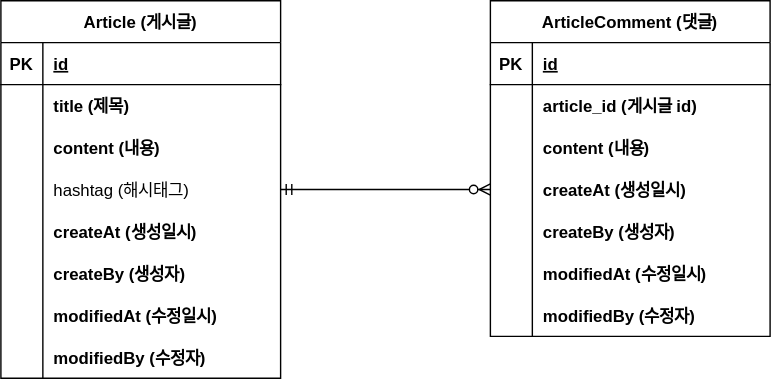
Earlier version of the draw.io export document/project-board-erd.svg (min-zi/project-board). Source tidied: cells renumbered, new cells last; positions are measured from the earlier drawing's top-left corner, leaving out a move shared by most shapes.
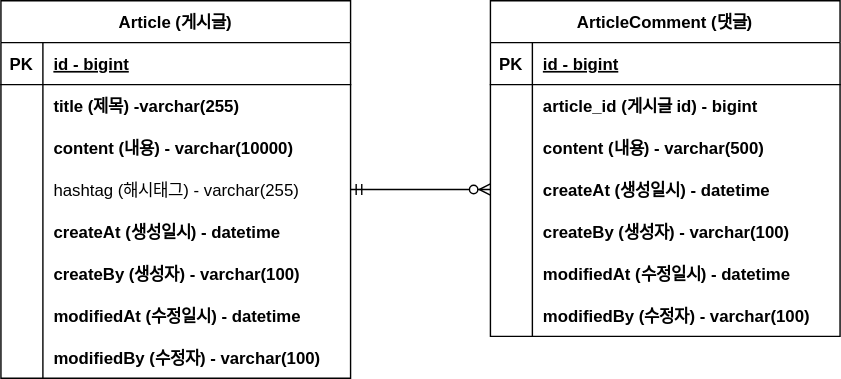
Later version of the same file.

Commit message:
#10 - project-board-erd.svg 사이즈 업데이트

Change to the diagram source:
```diff
@@ -3,145 +3,145 @@
     <mxCell id="0" />
     <mxCell id="1" parent="0" />
     <mxCell id="2" value="Article (게시글)" style="shape=table;startSize=30;rowLines=0;fontStyle=1;align=center;" parent="1" vertex="1">
-      <mxGeometry width="200" height="270" as="geometry" />
+      <mxGeometry width="250" height="270" as="geometry" />
     </mxCell>
     <mxCell id="3" style="shape=partialRectangle;fillColor=none;top=0;left=0;right=0;bottom=1;" parent="2" vertex="1">
-      <mxGeometry y="30" width="200" height="30" as="geometry" />
+      <mxGeometry y="30" width="250" height="30" as="geometry" />
     </mxCell>
     <mxCell id="4" value="PK" style="shape=partialRectangle;overflow=hidden;fillColor=none;top=0;left=0;bottom=0;right=0;fontStyle=1;" parent="3" vertex="1">
       <mxGeometry width="30" height="30" as="geometry" />
     </mxCell>
-    <mxCell id="5" value="id" style="shape=partialRectangle;overflow=hidden;fillColor=none;top=0;left=0;bottom=0;right=0;align=left;spacingLeft=6;fontStyle=5;" parent="3" vertex="1">
-      <mxGeometry x="30" width="170" height="30" as="geometry" />
+    <mxCell id="5" value="id - bigint" style="shape=partialRectangle;overflow=hidden;fillColor=none;top=0;left=0;bottom=0;right=0;align=left;spacingLeft=6;fontStyle=5;" parent="3" vertex="1">
+      <mxGeometry x="30" width="220" height="30" as="geometry" />
     </mxCell>
     <mxCell id="6" style="shape=partialRectangle;fillColor=none;top=0;left=0;right=0;bottom=0;" parent="2" vertex="1">
-      <mxGeometry y="60" width="200" height="30" as="geometry" />
+      <mxGeometry y="60" width="250" height="30" as="geometry" />
     </mxCell>
     <mxCell id="7" style="shape=partialRectangle;overflow=hidden;fillColor=none;top=0;left=0;bottom=0;right=0;" parent="6" vertex="1">
       <mxGeometry width="30" height="30" as="geometry" />
     </mxCell>
-    <mxCell id="8" value="title (제목)" style="shape=partialRectangle;overflow=hidden;fillColor=none;top=0;left=0;bottom=0;right=0;align=left;spacingLeft=6;fontStyle=1;" parent="6" vertex="1">
-      <mxGeometry x="30" width="170" height="30" as="geometry" />
+    <mxCell id="8" value="title (제목) -varchar(255)" style="shape=partialRectangle;overflow=hidden;fillColor=none;top=0;left=0;bottom=0;right=0;align=left;spacingLeft=6;fontStyle=1;" parent="6" vertex="1">
+      <mxGeometry x="30" width="220" height="30" as="geometry" />
     </mxCell>
     <mxCell id="9" style="shape=partialRectangle;fillColor=none;top=0;left=0;right=0;bottom=0;" parent="2" vertex="1">
-      <mxGeometry y="90" width="200" height="30" as="geometry" />
+      <mxGeometry y="90" width="250" height="30" as="geometry" />
     </mxCell>
     <mxCell id="10" style="shape=partialRectangle;overflow=hidden;fillColor=none;top=0;left=0;bottom=0;right=0;" parent="9" vertex="1">
       <mxGeometry width="30" height="30" as="geometry" />
     </mxCell>
-    <mxCell id="11" value="content (내용)" style="shape=partialRectangle;overflow=hidden;fillColor=none;top=0;left=0;bottom=0;right=0;align=left;spacingLeft=6;fontStyle=1;" parent="9" vertex="1">
-      <mxGeometry x="30" width="170" height="30" as="geometry" />
+    <mxCell id="11" value="content (내용) - varchar(10000)" style="shape=partialRectangle;overflow=hidden;fillColor=none;top=0;left=0;bottom=0;right=0;align=left;spacingLeft=6;fontStyle=1;" parent="9" vertex="1">
+      <mxGeometry x="30" width="220" height="30" as="geometry" />
     </mxCell>
     <mxCell id="12" style="shape=partialRectangle;fillColor=none;points=[[0,0.5],[1,0.5]];portConstraint=eastwest;top=0;left=0;right=0;bottom=0;" parent="2" vertex="1">
-      <mxGeometry y="120" width="200" height="30" as="geometry" />
+      <mxGeometry y="120" width="250" height="30" as="geometry" />
     </mxCell>
     <mxCell id="13" style="shape=partialRectangle;overflow=hidden;fillColor=none;top=0;left=0;bottom=0;right=0;" parent="12" vertex="1">
       <mxGeometry width="30" height="30" as="geometry" />
     </mxCell>
-    <mxCell id="14" value="hashtag (해시태그)" style="shape=partialRectangle;overflow=hidden;fillColor=none;top=0;left=0;bottom=0;right=0;align=left;spacingLeft=6;" parent="12" vertex="1">
-      <mxGeometry x="30" width="170" height="30" as="geometry" />
+    <mxCell id="14" value="hashtag (해시태그) - varchar(255)" style="shape=partialRectangle;overflow=hidden;fillColor=none;top=0;left=0;bottom=0;right=0;align=left;spacingLeft=6;" parent="12" vertex="1">
+      <mxGeometry x="30" width="220" height="30" as="geometry" />
     </mxCell>
     <mxCell id="15" style="shape=partialRectangle;fillColor=none;top=0;left=0;right=0;bottom=0;" parent="2" vertex="1">
-      <mxGeometry y="150" width="200" height="30" as="geometry" />
+      <mxGeometry y="150" width="250" height="30" as="geometry" />
     </mxCell>
     <mxCell id="16" style="shape=partialRectangle;overflow=hidden;fillColor=none;top=0;left=0;bottom=0;right=0;" parent="15" vertex="1">
       <mxGeometry width="30" height="30" as="geometry" />
     </mxCell>
-    <mxCell id="17" value="createAt (생성일시)" style="shape=partialRectangle;overflow=hidden;fillColor=none;top=0;left=0;bottom=0;right=0;align=left;spacingLeft=6;fontStyle=1;" parent="15" vertex="1">
-      <mxGeometry x="30" width="170" height="30" as="geometry" />
+    <mxCell id="17" value="createAt (생성일시) - datetime" style="shape=partialRectangle;overflow=hidden;fillColor=none;top=0;left=0;bottom=0;right=0;align=left;spacingLeft=6;fontStyle=1;" parent="15" vertex="1">
+      <mxGeometry x="30" width="220" height="30" as="geometry" />
     </mxCell>
     <mxCell id="18" style="shape=partialRectangle;fillColor=none;top=0;left=0;right=0;bottom=0;" parent="2" vertex="1">
-      <mxGeometry y="180" width="200" height="30" as="geometry" />
+      <mxGeometry y="180" width="250" height="30" as="geometry" />
     </mxCell>
     <mxCell id="19" style="shape=partialRectangle;overflow=hidden;fillColor=none;top=0;left=0;bottom=0;right=0;" parent="18" vertex="1">
       <mxGeometry width="30" height="30" as="geometry" />
     </mxCell>
-    <mxCell id="20" value="createBy (생성자)" style="shape=partialRectangle;overflow=hidden;fillColor=none;top=0;left=0;bottom=0;right=0;align=left;spacingLeft=6;fontStyle=1;" parent="18" vertex="1">
-      <mxGeometry x="30" width="170" height="30" as="geometry" />
+    <mxCell id="20" value="createBy (생성자) - varchar(100)" style="shape=partialRectangle;overflow=hidden;fillColor=none;top=0;left=0;bottom=0;right=0;align=left;spacingLeft=6;fontStyle=1;" parent="18" vertex="1">
+      <mxGeometry x="30" width="220" height="30" as="geometry" />
     </mxCell>
     <mxCell id="21" style="shape=partialRectangle;fillColor=none;top=0;left=0;right=0;bottom=0;" parent="2" vertex="1">
-      <mxGeometry y="210" width="200" height="30" as="geometry" />
+      <mxGeometry y="210" width="250" height="30" as="geometry" />
     </mxCell>
     <mxCell id="22" style="shape=partialRectangle;overflow=hidden;fillColor=none;top=0;left=0;bottom=0;right=0;" parent="21" vertex="1">
       <mxGeometry width="30" height="30" as="geometry" />
     </mxCell>
-    <mxCell id="23" value="modifiedAt (수정일시)" style="shape=partialRectangle;overflow=hidden;fillColor=none;top=0;left=0;bottom=0;right=0;align=left;spacingLeft=6;fontStyle=1;" parent="21" vertex="1">
-      <mxGeometry x="30" width="170" height="30" as="geometry" />
+    <mxCell id="23" value="modifiedAt (수정일시) - datetime" style="shape=partialRectangle;overflow=hidden;fillColor=none;top=0;left=0;bottom=0;right=0;align=left;spacingLeft=6;fontStyle=1;" parent="21" vertex="1">
+      <mxGeometry x="30" width="220" height="30" as="geometry" />
     </mxCell>
     <mxCell id="24" style="shape=partialRectangle;fillColor=none;top=0;left=0;right=0;bottom=0;" parent="2" vertex="1">
-      <mxGeometry y="240" width="200" height="30" as="geometry" />
+      <mxGeometry y="240" width="250" height="30" as="geometry" />
     </mxCell>
     <mxCell id="25" style="shape=partialRectangle;overflow=hidden;fillColor=none;top=0;left=0;bottom=0;right=0;" parent="24" vertex="1">
       <mxGeometry width="30" height="30" as="geometry" />
     </mxCell>
-    <mxCell id="26" value="modifiedBy (수정자)" style="shape=partialRectangle;overflow=hidden;fillColor=none;top=0;left=0;bottom=0;right=0;align=left;spacingLeft=6;fontStyle=1;" parent="24" vertex="1">
-      <mxGeometry x="30" width="170" height="30" as="geometry" />
+    <mxCell id="26" value="modifiedBy (수정자) - varchar(100)" style="shape=partialRectangle;overflow=hidden;fillColor=none;top=0;left=0;bottom=0;right=0;align=left;spacingLeft=6;fontStyle=1;" parent="24" vertex="1">
+      <mxGeometry x="30" width="220" height="30" as="geometry" />
     </mxCell>
     <mxCell id="27" value="ArticleComment (댓글)" style="shape=table;startSize=30;rowLines=0;fontStyle=1;align=center;" parent="1" vertex="1">
-      <mxGeometry x="350" width="200" height="240" as="geometry" />
+      <mxGeometry x="350" width="250" height="240" as="geometry" />
     </mxCell>
     <mxCell id="28" style="shape=partialRectangle;fillColor=none;top=0;left=0;right=0;bottom=1;" parent="27" vertex="1">
-      <mxGeometry y="30" width="200" height="30" as="geometry" />
+      <mxGeometry y="30" width="250" height="30" as="geometry" />
     </mxCell>
     <mxCell id="29" value="PK" style="shape=partialRectangle;overflow=hidden;fillColor=none;top=0;left=0;bottom=0;right=0;fontStyle=1;" parent="28" vertex="1">
       <mxGeometry width="30" height="30" as="geometry" />
     </mxCell>
-    <mxCell id="30" value="id" style="shape=partialRectangle;overflow=hidden;fillColor=none;top=0;left=0;bottom=0;right=0;align=left;spacingLeft=6;fontStyle=5;" parent="28" vertex="1">
-      <mxGeometry x="30" width="170" height="30" as="geometry" />
+    <mxCell id="30" value="id - bigint" style="shape=partialRectangle;overflow=hidden;fillColor=none;top=0;left=0;bottom=0;right=0;align=left;spacingLeft=6;fontStyle=5;" parent="28" vertex="1">
+      <mxGeometry x="30" width="220" height="30" as="geometry" />
     </mxCell>
     <mxCell id="31" style="shape=partialRectangle;fillColor=none;top=0;left=0;right=0;bottom=0;" parent="27" vertex="1">
-      <mxGeometry y="60" width="200" height="30" as="geometry" />
+      <mxGeometry y="60" width="250" height="30" as="geometry" />
     </mxCell>
     <mxCell id="32" style="shape=partialRectangle;overflow=hidden;fillColor=none;top=0;left=0;bottom=0;right=0;" parent="31" vertex="1">
       <mxGeometry width="30" height="30" as="geometry" />
     </mxCell>
-    <mxCell id="33" value="article_id (게시글 id)" style="shape=partialRectangle;overflow=hidden;fillColor=none;top=0;left=0;bottom=0;right=0;align=left;spacingLeft=6;fontStyle=1;" parent="31" vertex="1">
-      <mxGeometry x="30" width="170" height="30" as="geometry" />
+    <mxCell id="33" value="article_id (게시글 id) - bigint" style="shape=partialRectangle;overflow=hidden;fillColor=none;top=0;left=0;bottom=0;right=0;align=left;spacingLeft=6;fontStyle=1;" parent="31" vertex="1">
+      <mxGeometry x="30" width="220" height="30" as="geometry" />
     </mxCell>
     <mxCell id="34" style="shape=partialRectangle;fillColor=none;top=0;left=0;right=0;bottom=0;" parent="27" vertex="1">
-      <mxGeometry y="90" width="200" height="30" as="geometry" />
+      <mxGeometry y="90" width="250" height="30" as="geometry" />
     </mxCell>
     <mxCell id="35" style="shape=partialRectangle;overflow=hidden;fillColor=none;top=0;left=0;bottom=0;right=0;" parent="34" vertex="1">
       <mxGeometry width="30" height="30" as="geometry" />
     </mxCell>
-    <mxCell id="36" value="content (내용)" style="shape=partialRectangle;overflow=hidden;fillColor=none;top=0;left=0;bottom=0;right=0;align=left;spacingLeft=6;fontStyle=1;" parent="34" vertex="1">
-      <mxGeometry x="30" width="170" height="30" as="geometry" />
+    <mxCell id="36" value="content (내용) - varchar(500)" style="shape=partialRectangle;overflow=hidden;fillColor=none;top=0;left=0;bottom=0;right=0;align=left;spacingLeft=6;fontStyle=1;" parent="34" vertex="1">
+      <mxGeometry x="30" width="220" height="30" as="geometry" />
     </mxCell>
     <mxCell id="37" style="shape=partialRectangle;fillColor=none;points=[[0,0.5],[1,0.5]];portConstraint=eastwest;top=0;left=0;right=0;bottom=0;" parent="27" vertex="1">
-      <mxGeometry y="120" width="200" height="30" as="geometry" />
+      <mxGeometry y="120" width="250" height="30" as="geometry" />
     </mxCell>
     <mxCell id="38" style="shape=partialRectangle;overflow=hidden;fillColor=none;top=0;left=0;bottom=0;right=0;" parent="37" vertex="1">
       <mxGeometry width="30" height="30" as="geometry" />
     </mxCell>
-    <mxCell id="39" value="createAt (생성일시)" style="shape=partialRectangle;overflow=hidden;fillColor=none;top=0;left=0;bottom=0;right=0;align=left;spacingLeft=6;fontStyle=1;" parent="37" vertex="1">
-      <mxGeometry x="30" width="170" height="30" as="geometry" />
+    <mxCell id="39" value="createAt (생성일시) - datetime" style="shape=partialRectangle;overflow=hidden;fillColor=none;top=0;left=0;bottom=0;right=0;align=left;spacingLeft=6;fontStyle=1;" parent="37" vertex="1">
+      <mxGeometry x="30" width="220" height="30" as="geometry" />
     </mxCell>
     <mxCell id="40" style="shape=partialRectangle;fillColor=none;top=0;left=0;right=0;bottom=0;" parent="27" vertex="1">
-      <mxGeometry y="150" width="200" height="30" as="geometry" />
+      <mxGeometry y="150" width="250" height="30" as="geometry" />
     </mxCell>
     <mxCell id="41" style="shape=partialRectangle;overflow=hidden;fillColor=none;top=0;left=0;bottom=0;right=0;" parent="40" vertex="1">
       <mxGeometry width="30" height="30" as="geometry" />
     </mxCell>
-    <mxCell id="42" value="createBy (생성자)" style="shape=partialRectangle;overflow=hidden;fillColor=none;top=0;left=0;bottom=0;right=0;align=left;spacingLeft=6;fontStyle=1;" parent="40" vertex="1">
-      <mxGeometry x="30" width="170" height="30" as="geometry" />
+    <mxCell id="42" value="createBy (생성자) - varchar(100)" style="shape=partialRectangle;overflow=hidden;fillColor=none;top=0;left=0;bottom=0;right=0;align=left;spacingLeft=6;fontStyle=1;" parent="40" vertex="1">
+      <mxGeometry x="30" width="220" height="30" as="geometry" />
     </mxCell>
     <mxCell id="43" style="shape=partialRectangle;fillColor=none;top=0;left=0;right=0;bottom=0;" parent="27" vertex="1">
-      <mxGeometry y="180" width="200" height="30" as="geometry" />
+      <mxGeometry y="180" width="250" height="30" as="geometry" />
     </mxCell>
     <mxCell id="44" style="shape=partialRectangle;overflow=hidden;fillColor=none;top=0;left=0;bottom=0;right=0;" parent="43" vertex="1">
       <mxGeometry width="30" height="30" as="geometry" />
     </mxCell>
-    <mxCell id="45" value="modifiedAt (수정일시)" style="shape=partialRectangle;overflow=hidden;fillColor=none;top=0;left=0;bottom=0;right=0;align=left;spacingLeft=6;fontStyle=1;" parent="43" vertex="1">
-      <mxGeometry x="30" width="170" height="30" as="geometry" />
+    <mxCell id="45" value="modifiedAt (수정일시) - datetime" style="shape=partialRectangle;overflow=hidden;fillColor=none;top=0;left=0;bottom=0;right=0;align=left;spacingLeft=6;fontStyle=1;" parent="43" vertex="1">
+      <mxGeometry x="30" width="220" height="30" as="geometry" />
     </mxCell>
     <mxCell id="46" style="shape=partialRectangle;fillColor=none;top=0;left=0;right=0;bottom=0;" parent="27" vertex="1">
-      <mxGeometry y="210" width="200" height="30" as="geometry" />
+      <mxGeometry y="210" width="250" height="30" as="geometry" />
     </mxCell>
     <mxCell id="47" style="shape=partialRectangle;overflow=hidden;fillColor=none;top=0;left=0;bottom=0;right=0;" parent="46" vertex="1">
       <mxGeometry width="30" height="30" as="geometry" />
     </mxCell>
-    <mxCell id="48" value="modifiedBy (수정자)" style="shape=partialRectangle;overflow=hidden;fillColor=none;top=0;left=0;bottom=0;right=0;align=left;spacingLeft=6;fontStyle=1;" parent="46" vertex="1">
-      <mxGeometry x="30" width="170" height="30" as="geometry" />
+    <mxCell id="48" value="modifiedBy (수정자) - varchar(100)" style="shape=partialRectangle;overflow=hidden;fillColor=none;top=0;left=0;bottom=0;right=0;align=left;spacingLeft=6;fontStyle=1;" parent="46" vertex="1">
+      <mxGeometry x="30" width="220" height="30" as="geometry" />
     </mxCell>
     <mxCell id="49" style="edgeStyle=entityRelationEdgeStyle;fontSize=12;html=1;endArrow=ERzeroToMany;startArrow=ERmandOne;rounded=0;exitX=1;exitY=0.5;exitDx=0;exitDy=0;entryX=0;entryY=0.5;entryDx=0;entryDy=0;" parent="1" edge="1" source="12" target="37">
       <mxGeometry relative="1" as="geometry" />
```
